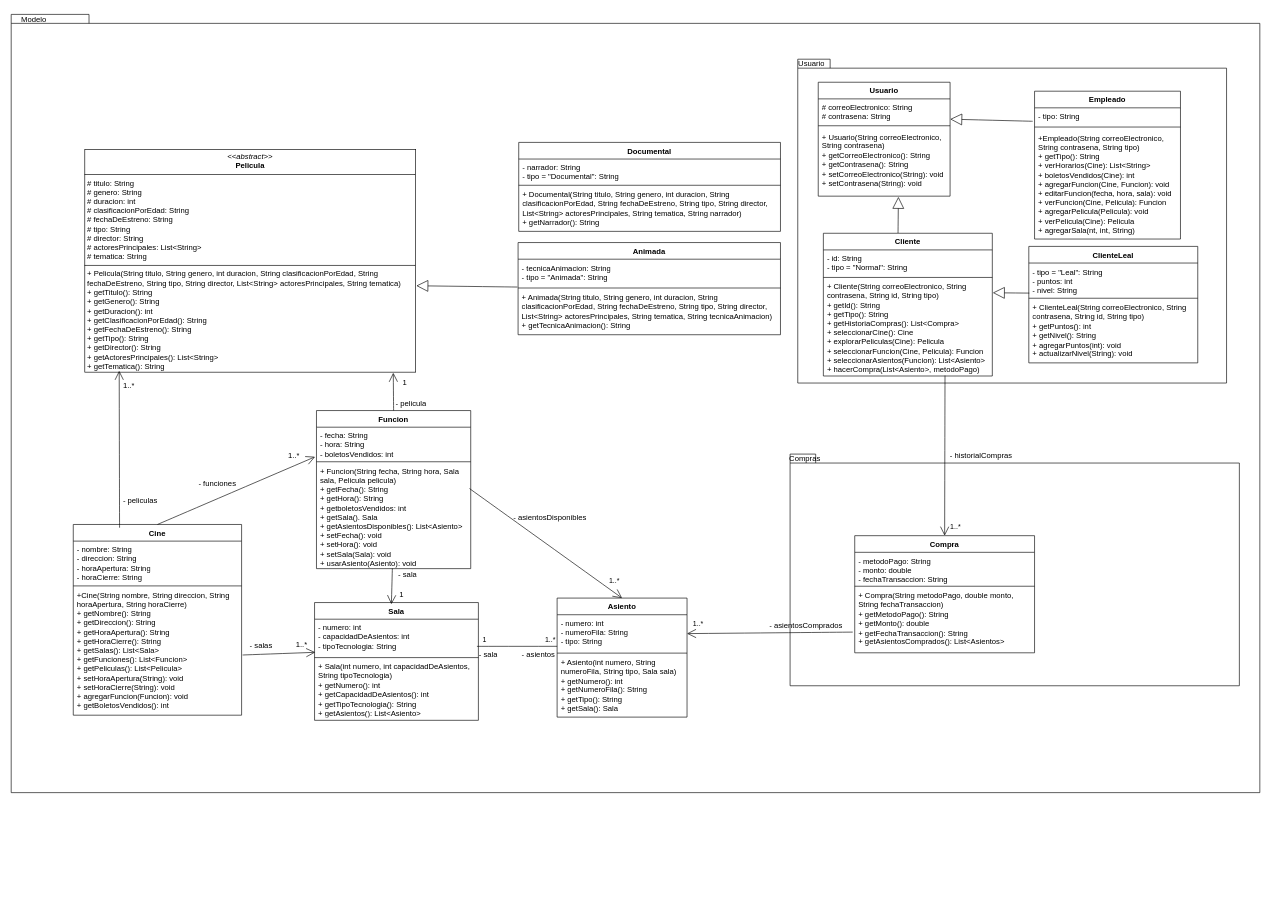
Above: Taller4_Cines/Prototipo1.drawio in aleja-romero/DPO (draw.io), before the change. Source tidied: cells renumbered, new cells numbered last; positions are measured from the earlier drawing's top-left corner, leaving out a move shared by most shapes. Both pictures are drawn from the tidied source at 64%, with x=0, y=0 at pixel (11, 11).
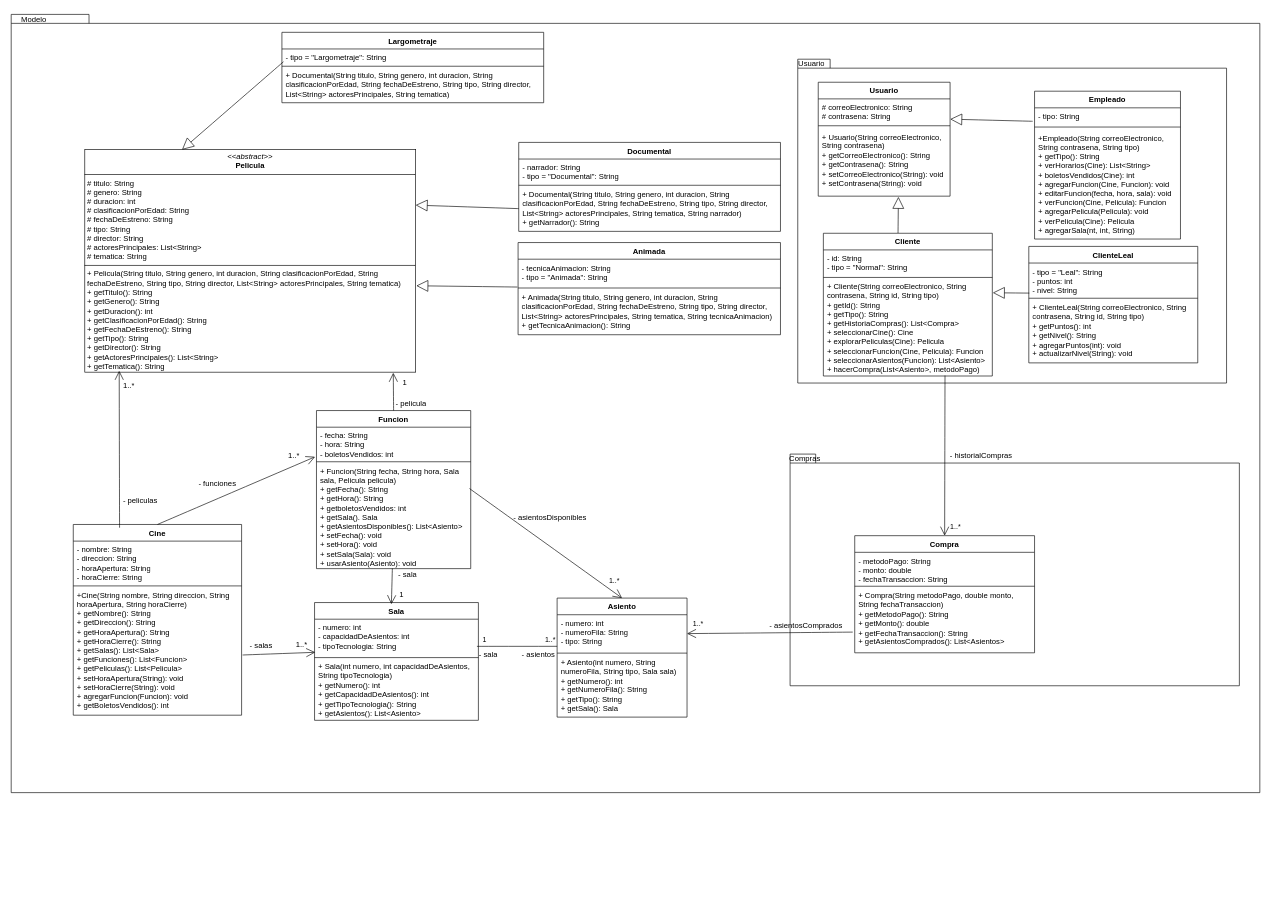
After the change.

Unchanged cells that the change refers to:
```xml
<mxCell id="5" style="group;fontStyle=0;" parent="1" vertex="1">
  <mxGeometry x="397" y="22" width="1559" height="1378" as="geometry" />
</mxCell>
<mxCell id="54" value="&lt;p style=&quot;margin:0px;margin-top:4px;text-align:center;&quot;&gt;&lt;i&gt;&amp;lt;&amp;lt;abstract&amp;gt;&amp;gt;&lt;/i&gt;&lt;br&gt;&lt;b&gt;Pelicula&lt;/b&gt;&lt;/p&gt;&lt;hr size=&quot;1&quot; style=&quot;border-style:solid;&quot;&gt;&lt;p style=&quot;margin:0px;margin-left:4px;&quot;&gt;# titulo: String&lt;br&gt;# genero: String&lt;/p&gt;&lt;p style=&quot;margin:0px;margin-left:4px;&quot;&gt;# duracion: int&lt;/p&gt;&lt;p style=&quot;margin:0px;margin-left:4px;&quot;&gt;# clasificacionPorEdad: String&lt;/p&gt;&lt;p style=&quot;margin:0px;margin-left:4px;&quot;&gt;# fechaDeEstreno: String&lt;/p&gt;&lt;p style=&quot;margin:0px;margin-left:4px;&quot;&gt;# tipo: String&lt;/p&gt;&lt;p style=&quot;margin:0px;margin-left:4px;&quot;&gt;# director: String&lt;/p&gt;&lt;p style=&quot;margin:0px;margin-left:4px;&quot;&gt;# actoresPrincipales: List&amp;lt;String&amp;gt;&lt;/p&gt;&lt;p style=&quot;margin:0px;margin-left:4px;&quot;&gt;# tematica: String&lt;/p&gt;&lt;hr size=&quot;1&quot; style=&quot;border-style:solid;&quot;&gt;&lt;p style=&quot;margin:0px;margin-left:4px;&quot;&gt;+ Pelicula(String titulo, String genero, int duracion, String clasificacionPorEdad, String fechaDeEstreno, String tipo, String director, List&amp;lt;String&amp;gt; actoresPrincipales, String tematica)&lt;/p&gt;&lt;p style=&quot;margin:0px;margin-left:4px;&quot;&gt;+ getTitulo(): String&lt;/p&gt;&lt;p style=&quot;margin:0px;margin-left:4px;&quot;&gt;+ getGenero(): String&lt;/p&gt;&lt;p style=&quot;margin:0px;margin-left:4px;&quot;&gt;+ getDuracion(): int&lt;/p&gt;&lt;p style=&quot;margin:0px;margin-left:4px;&quot;&gt;+ getClasificacionPorEdad(): String&lt;/p&gt;&lt;p style=&quot;margin:0px;margin-left:4px;&quot;&gt;+ getFechaDeEstreno(): String&lt;/p&gt;&lt;p style=&quot;margin:0px;margin-left:4px;&quot;&gt;+ getTipo(): String&lt;/p&gt;&lt;p style=&quot;margin:0px;margin-left:4px;&quot;&gt;+ getDirector(): String&lt;/p&gt;&lt;p style=&quot;margin:0px;margin-left:4px;&quot;&gt;+ getActoresPrincipales(): List&amp;lt;String&amp;gt;&lt;/p&gt;&lt;p style=&quot;margin:0px;margin-left:4px;&quot;&gt;+ getTematica(): String&lt;/p&gt;" style="verticalAlign=top;align=left;overflow=fill;html=1;whiteSpace=wrap;" parent="5" vertex="1">
  <mxGeometry x="-282" y="194" width="517" height="348" as="geometry" />
</mxCell>
<mxCell id="72" value="+ Documental(String titulo, String genero, int duracion, String clasificacionPorEdad, String fechaDeEstreno, String tipo, String director, List&amp;lt;String&amp;gt; actoresPrincipales, String tematica, String narrador)&lt;div&gt;+ getNarrador(): String&lt;/div&gt;" style="text;strokeColor=none;fillColor=none;align=left;verticalAlign=top;spacingLeft=4;spacingRight=4;overflow=hidden;points=[[0,0.5],[1,0.5]];portConstraint=eastwest;whiteSpace=wrap;html=1;" parent="69" vertex="1">
  <mxGeometry y="68" width="409" height="71" as="geometry" />
</mxCell>
```

Change to the diagram source:
```diff
@@
+    <mxCell id="90" style="endArrow=block;endSize=16;endFill=0;html=1;rounded=0;fontSize=12;curved=1;entryX=1;entryY=0.25;entryDx=0;entryDy=0;exitX=0;exitY=0.5;exitDx=0;exitDy=0;" parent="5" edge="1" source="72" target="54">
+      <mxGeometry relative="1" as="geometry" />
+    </mxCell>
+    <mxCell id="91" value="Largometraje" style="swimlane;fontStyle=1;align=center;verticalAlign=top;horizontal=1;startSize=26;whiteSpace=wrap;html=1;" parent="5" vertex="1">
+      <mxGeometry x="26" y="11" width="409" height="110" as="geometry" />
+    </mxCell>
+    <mxCell id="92" value="&lt;span style=&quot;background-color: transparent; color: light-dark(rgb(0, 0, 0), rgb(255, 255, 255));&quot;&gt;- tipo = &quot;Largometraje&quot;: String&lt;/span&gt;" style="text;strokeColor=none;fillColor=none;align=left;verticalAlign=top;spacingLeft=4;spacingRight=4;overflow=hidden;points=[[0,0.5],[1,0.5]];portConstraint=eastwest;whiteSpace=wrap;html=1;" parent="91" vertex="1">
+      <mxGeometry y="26" width="409" height="26" as="geometry" />
+    </mxCell>
+    <mxCell id="93" style="line;strokeWidth=1;fillColor=none;align=left;verticalAlign=middle;spacingTop=-1;spacingLeft=3;spacingRight=3;labelPosition=right;strokeColor=inherit;" parent="91" vertex="1">
+      <mxGeometry y="52" width="409" height="2" as="geometry" />
+    </mxCell>
+    <mxCell id="94" value="+ Documental(String titulo, String genero, int duracion, String clasificacionPorEdad, String fechaDeEstreno, String tipo, String director, List&amp;lt;String&amp;gt; actoresPrincipales, String tematica)" style="text;strokeColor=none;fillColor=none;align=left;verticalAlign=top;spacingLeft=4;spacingRight=4;overflow=hidden;whiteSpace=wrap;html=1;" parent="91" vertex="1">
+      <mxGeometry y="54" width="409" height="56" as="geometry" />
+    </mxCell>
+    <mxCell id="95" style="endArrow=block;endSize=16;endFill=0;html=1;rounded=0;fontSize=12;curved=1;entryX=0.294;entryY=0.001;entryDx=0;entryDy=0;exitX=0.006;exitY=0.767;exitDx=0;exitDy=0;entryPerimeter=0;exitPerimeter=0;" parent="5" edge="1" source="92" target="54">
+      <mxGeometry relative="1" as="geometry" />
+    </mxCell>
```
